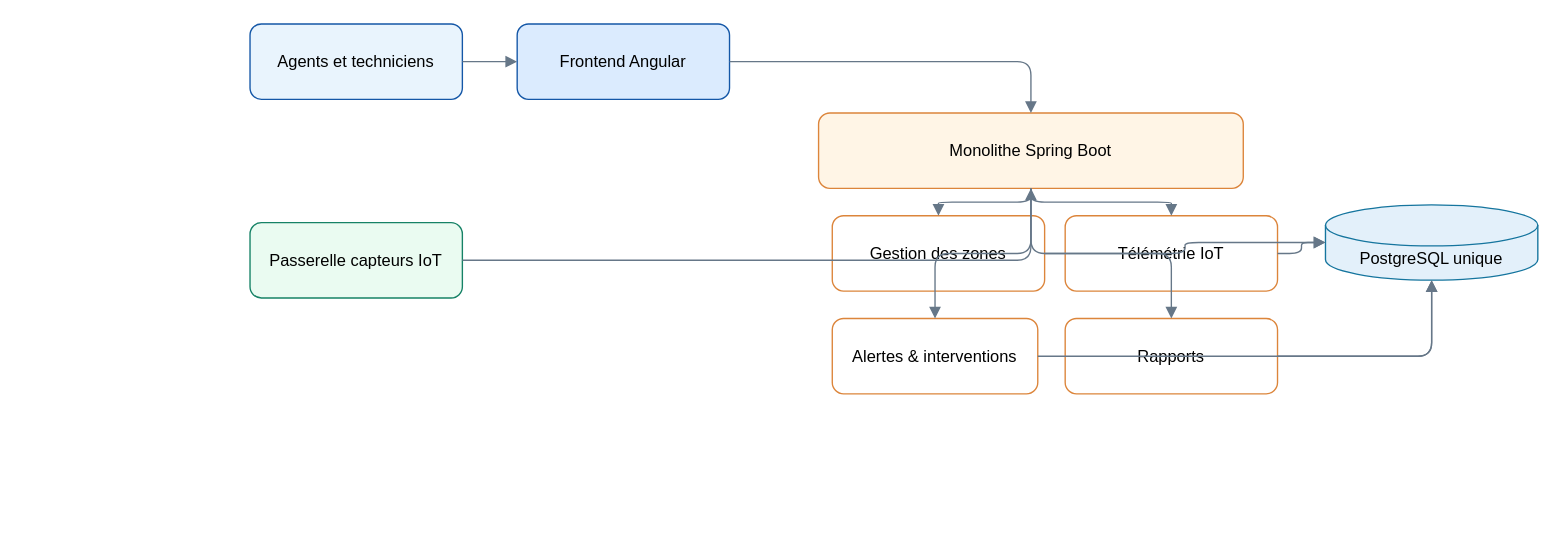
AstrowareConception/Sujet-entrainement-bloc-4 keeps this draw.io diagram as architecture/existant.drawio. Above is the earlier version. Source tidied: cells renumbered, new cells numbered last; positions are measured from the earlier drawing's top-left corner, leaving out a move shared by most shapes. Both pictures are drawn from the tidied source at 137%, with x=0, y=0 at pixel (249, 23).
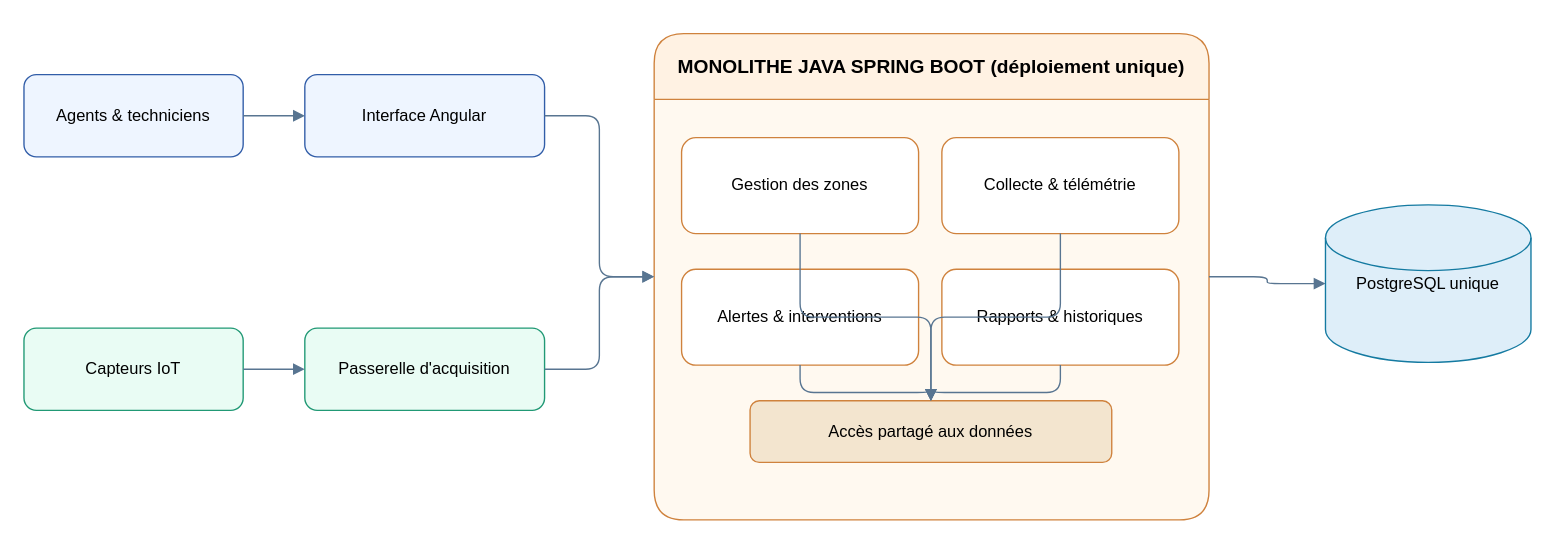
Above is the later version.

Commit message:
fix: visualiser les modules dans le monolithe existant

Diff of the diagram source:
```diff
@@
-    <mxCell id="2" value="Agents et techniciens" style="rounded=1;whiteSpace=wrap;html=1;fillColor=#E9F4FD;strokeColor=#1457A7;" parent="1" vertex="1">
-      <mxGeometry width="155" height="55" as="geometry" />
-    </mxCell>
-    <mxCell id="3" value="Frontend Angular" style="rounded=1;whiteSpace=wrap;html=1;fillColor=#DBEBFE;strokeColor=#1457A7;" parent="1" vertex="1">
-      <mxGeometry x="195" width="155" height="55" as="geometry" />
-    </mxCell>
-    <mxCell id="4" value="Passerelle capteurs IoT" style="rounded=1;whiteSpace=wrap;html=1;fillColor=#EAFBF1;strokeColor=#168266;" parent="1" vertex="1">
-      <mxGeometry y="145" width="155" height="55" as="geometry" />
-    </mxCell>
-    <mxCell id="5" value="Monolithe Spring Boot" style="rounded=1;whiteSpace=wrap;html=1;fillColor=#FFF5E6;strokeColor=#DC853B;" parent="1" vertex="1">
-      <mxGeometry x="415" y="65" width="310" height="55" as="geometry" />
-    </mxCell>
+    <mxCell id="22" value="Agents &amp; techniciens" style="rounded=1;whiteSpace=wrap;html=1;fillColor=#EEF5FF;strokeColor=#315DA8;" parent="1" vertex="1">
+      <mxGeometry x="-165" y="37" width="160" height="60" as="geometry" />
+    </mxCell>
+    <mxCell id="23" value="Interface Angular" style="rounded=1;whiteSpace=wrap;html=1;fillColor=#EEF5FF;strokeColor=#315DA8;" parent="1" vertex="1">
+      <mxGeometry x="40" y="37" width="175" height="60" as="geometry" />
+    </mxCell>
+    <mxCell id="24" value="Capteurs IoT" style="rounded=1;whiteSpace=wrap;html=1;fillColor=#E9FCF4;strokeColor=#219975;" parent="1" vertex="1">
+      <mxGeometry x="-165" y="222" width="160" height="60" as="geometry" />
+    </mxCell>
+    <mxCell id="25" value="Passerelle d'acquisition" style="rounded=1;whiteSpace=wrap;html=1;fillColor=#E9FCF4;strokeColor=#219975;" parent="1" vertex="1">
+      <mxGeometry x="40" y="222" width="175" height="60" as="geometry" />
+    </mxCell>
+    <mxCell id="26" value="MONOLITHE JAVA SPRING BOOT (déploiement unique)" style="swimlane;whiteSpace=wrap;html=1;startSize=48;rounded=1;fillColor=#FFF2E3;swimlaneFillColor=#FFF9F0;strokeColor=#CF823D;fontStyle=1;fontSize=14;" parent="1" vertex="1">
+      <mxGeometry x="295" y="7" width="405" height="355" as="geometry" />
+    </mxCell>
-    <mxCell id="6" value="Gestion des zones" style="rounded=1;whiteSpace=wrap;html=1;fillColor=#FFF;strokeColor=#DC853B;" parent="1" vertex="1">
-      <mxGeometry x="425" y="140" width="155" height="55" as="geometry" />
+    <mxCell id="6" value="Gestion des zones" style="rounded=1;whiteSpace=wrap;html=1;fillColor=#FFFFFF;strokeColor=#CF823D;" parent="26" vertex="1">
+      <mxGeometry x="20" y="76" width="173" height="70" as="geometry" />
     </mxCell>
-    <mxCell id="7" value="Télémétrie IoT" style="rounded=1;whiteSpace=wrap;html=1;fillColor=#FFF;strokeColor=#DC853B;" parent="1" vertex="1">
-      <mxGeometry x="595" y="140" width="155" height="55" as="geometry" />
-    </mxCell>
+    <mxCell id="27" value="Collecte &amp; télémétrie" style="rounded=1;whiteSpace=wrap;html=1;fillColor=#FFFFFF;strokeColor=#CF823D;" parent="26" vertex="1">
+      <mxGeometry x="210" y="76" width="173" height="70" as="geometry" />
+    </mxCell>
-    <mxCell id="8" value="Alertes &amp; interventions" style="rounded=1;whiteSpace=wrap;html=1;fillColor=#FFF;strokeColor=#DC853B;" parent="1" vertex="1">
-      <mxGeometry x="425" y="215" width="150" height="55" as="geometry" />
+    <mxCell id="8" value="Alertes &amp; interventions" style="rounded=1;whiteSpace=wrap;html=1;fillColor=#FFFFFF;strokeColor=#CF823D;" parent="26" vertex="1">
+      <mxGeometry x="20" y="172" width="173" height="70" as="geometry" />
     </mxCell>
-    <mxCell id="9" value="Rapports" style="rounded=1;whiteSpace=wrap;html=1;fillColor=#FFF;strokeColor=#DC853B;" parent="1" vertex="1">
-      <mxGeometry x="595" y="215" width="155" height="55" as="geometry" />
+    <mxCell id="9" value="Rapports &amp; historiques" style="rounded=1;whiteSpace=wrap;html=1;fillColor=#FFFFFF;strokeColor=#CF823D;" parent="26" vertex="1">
+      <mxGeometry x="210" y="172" width="173" height="70" as="geometry" />
     </mxCell>
+    <mxCell id="28" value="Accès partagé aux données" style="rounded=1;whiteSpace=wrap;html=1;fillColor=#F3E5CF;strokeColor=#CF823D;" parent="26" vertex="1">
+      <mxGeometry x="70" y="268" width="264" height="45" as="geometry" />
+    </mxCell>
-    <mxCell id="10" value="PostgreSQL unique" style="shape=cylinder3;whiteSpace=wrap;html=1;boundedLbl=1;backgroundOutline=1;size=15;fillColor=#E3F0FA;strokeColor=#15759E;" parent="1" vertex="1">
-      <mxGeometry x="785" y="132" width="155" height="55" as="geometry" />
+    <mxCell id="10" value="PostgreSQL unique" style="shape=cylinder3;whiteSpace=wrap;html=1;size=24;fillColor=#DEEEF9;strokeColor=#147AA1;" parent="1" vertex="1">
+      <mxGeometry x="785" y="132" width="150" height="115" as="geometry" />
     </mxCell>
-    <mxCell id="11" style="edgeStyle=orthogonalEdgeStyle;rounded=1;endArrow=block;endFill=1;strokeColor=#667788;" parent="1" edge="1" source="2" target="3">
-      <mxGeometry relative="1" as="geometry" />
-    </mxCell>
-    <mxCell id="12" style="edgeStyle=orthogonalEdgeStyle;rounded=1;endArrow=block;endFill=1;strokeColor=#667788;" parent="1" edge="1" source="3" target="5">
+    <mxCell id="12" style="edgeStyle=orthogonalEdgeStyle;rounded=1;jettySize=auto;html=1;endArrow=block;endFill=1;strokeColor=#587591;" parent="1" edge="1" source="22" target="23">
       <mxGeometry relative="1" as="geometry" />
     </mxCell>
-    <mxCell id="13" style="edgeStyle=orthogonalEdgeStyle;rounded=1;endArrow=block;endFill=1;strokeColor=#667788;" parent="1" edge="1" source="4" target="5">
+    <mxCell id="13" style="edgeStyle=orthogonalEdgeStyle;rounded=1;jettySize=auto;html=1;endArrow=block;endFill=1;strokeColor=#587591;" parent="1" edge="1" source="23" target="26">
       <mxGeometry relative="1" as="geometry" />
     </mxCell>
-    <mxCell id="14" style="edgeStyle=orthogonalEdgeStyle;rounded=1;endArrow=block;endFill=1;strokeColor=#667788;" parent="1" edge="1" source="5" target="6">
+    <mxCell id="14" style="edgeStyle=orthogonalEdgeStyle;rounded=1;jettySize=auto;html=1;endArrow=block;endFill=1;strokeColor=#587591;" parent="1" edge="1" source="24" target="25">
       <mxGeometry relative="1" as="geometry" />
     </mxCell>
-    <mxCell id="15" style="edgeStyle=orthogonalEdgeStyle;rounded=1;endArrow=block;endFill=1;strokeColor=#667788;" parent="1" edge="1" source="5" target="7">
+    <mxCell id="15" style="edgeStyle=orthogonalEdgeStyle;rounded=1;jettySize=auto;html=1;endArrow=block;endFill=1;strokeColor=#587591;" parent="1" edge="1" source="25" target="26">
       <mxGeometry relative="1" as="geometry" />
     </mxCell>
-    <mxCell id="16" style="edgeStyle=orthogonalEdgeStyle;rounded=1;endArrow=block;endFill=1;strokeColor=#667788;" parent="1" edge="1" source="5" target="8">
+    <mxCell id="16" style="edgeStyle=orthogonalEdgeStyle;rounded=1;jettySize=auto;html=1;endArrow=block;endFill=1;strokeColor=#587591;" parent="1" edge="1" source="26" target="10">
       <mxGeometry relative="1" as="geometry" />
     </mxCell>
-    <mxCell id="17" style="edgeStyle=orthogonalEdgeStyle;rounded=1;endArrow=block;endFill=1;strokeColor=#667788;" parent="1" edge="1" source="5" target="9">
+    <mxCell id="17" style="edgeStyle=orthogonalEdgeStyle;rounded=1;jettySize=auto;html=1;endArrow=block;endFill=1;strokeColor=#587591;" parent="1" edge="1" source="6" target="28">
       <mxGeometry relative="1" as="geometry" />
     </mxCell>
-    <mxCell id="18" style="edgeStyle=orthogonalEdgeStyle;rounded=1;endArrow=block;endFill=1;strokeColor=#667788;" parent="1" edge="1" source="6" target="10">
+    <mxCell id="18" style="edgeStyle=orthogonalEdgeStyle;rounded=1;jettySize=auto;html=1;endArrow=block;endFill=1;strokeColor=#587591;" parent="1" edge="1" source="27" target="28">
       <mxGeometry relative="1" as="geometry" />
     </mxCell>
-    <mxCell id="19" style="edgeStyle=orthogonalEdgeStyle;rounded=1;endArrow=block;endFill=1;strokeColor=#667788;" parent="1" edge="1" source="7" target="10">
+    <mxCell id="19" style="edgeStyle=orthogonalEdgeStyle;rounded=1;jettySize=auto;html=1;endArrow=block;endFill=1;strokeColor=#587591;" parent="1" edge="1" source="8" target="28">
       <mxGeometry relative="1" as="geometry" />
     </mxCell>
-    <mxCell id="20" style="edgeStyle=orthogonalEdgeStyle;rounded=1;endArrow=block;endFill=1;strokeColor=#667788;" parent="1" edge="1" source="8" target="10">
+    <mxCell id="20" style="edgeStyle=orthogonalEdgeStyle;rounded=1;jettySize=auto;html=1;endArrow=block;endFill=1;strokeColor=#587591;" parent="1" edge="1" source="9" target="28">
       <mxGeometry relative="1" as="geometry" />
     </mxCell>
-    <mxCell id="21" style="edgeStyle=orthogonalEdgeStyle;rounded=1;endArrow=block;endFill=1;strokeColor=#667788;" parent="1" edge="1" source="9" target="10">
-      <mxGeometry relative="1" as="geometry" />
-    </mxCell>
```
